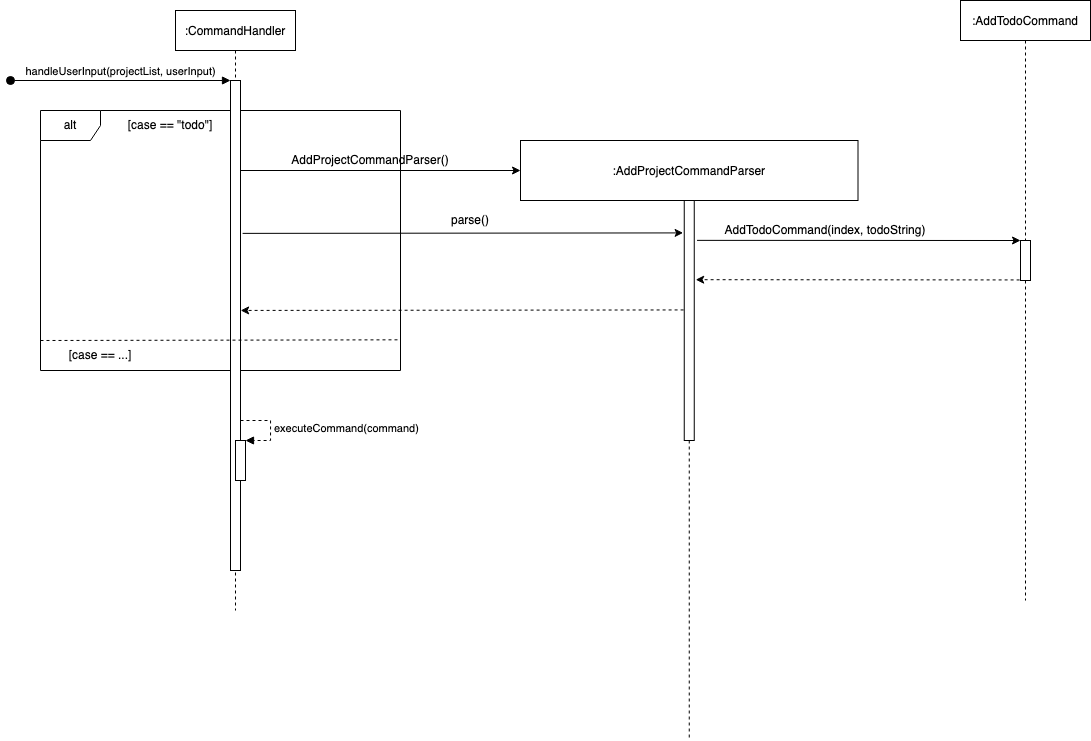
This is docs/UmlDiagrams/CommandParser.png from nus-cs2113-AY2122S2/tp, a draw.io export, as it was before one commit. Source tidied: cells renumbered, new cells last; positions are measured from the earlier drawing's top-left corner, leaving out a move shared by most shapes.
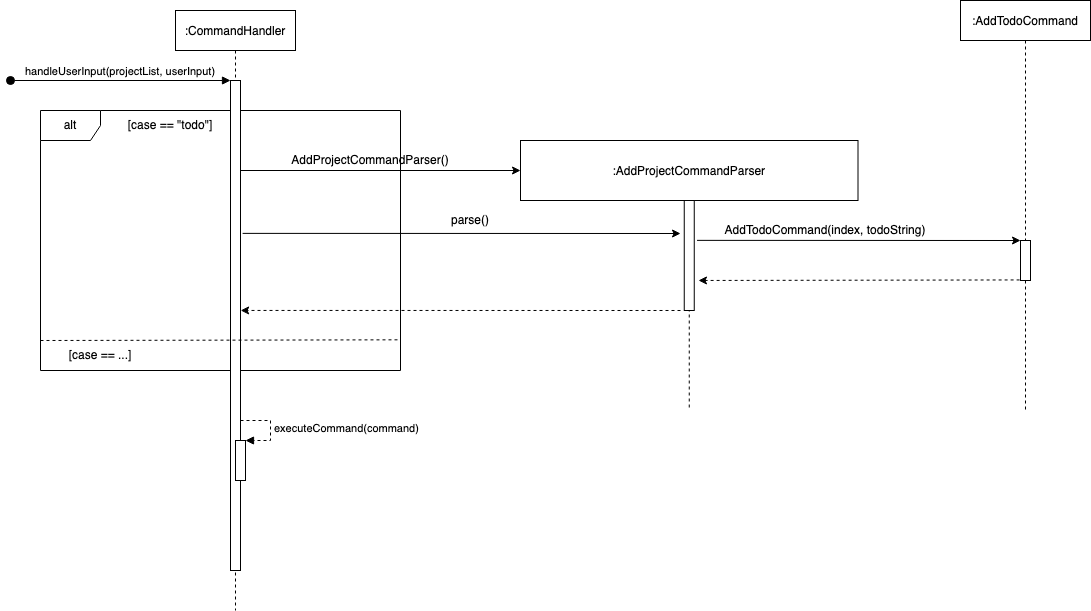
After the commit.

Change to the diagram source:
```diff
@@ -28,10 +28,10 @@
       </mxGeometry>
     </mxCell>
     <mxCell id="8" value=":AddProjectCommandParser" style="shape=umlLifeline;perimeter=lifelinePerimeter;rounded=0;shadow=0;strokeWidth=1;size=60;" parent="1" vertex="1">
-      <mxGeometry x="510" y="140" width="337.5" height="600" as="geometry" />
+      <mxGeometry x="510" y="140" width="337.5" height="270" as="geometry" />
     </mxCell>
     <mxCell id="9" style="points=[];perimeter=orthogonalPerimeter;rounded=0;shadow=0;strokeWidth=1;" parent="8" vertex="1">
-      <mxGeometry x="163.8" y="60" width="10" height="240" as="geometry" />
+      <mxGeometry x="163.8" y="60" width="10" height="110" as="geometry" />
     </mxCell>
     <mxCell id="10" style="endArrow=none;dashed=1;html=1;rounded=0;entryX=1.001;entryY=0.882;entryDx=0;entryDy=0;entryPerimeter=0;exitX=0;exitY=0;exitDx=0;exitDy=0;" parent="1" edge="1" source="18" target="2">
       <mxGeometry relative="1" as="geometry" />
@@ -40,7 +40,7 @@
       <mxGeometry x="100" y="110" width="120" height="30" as="geometry" />
     </mxCell>
     <mxCell id="12" value=":AddTodoCommand" style="shape=umlLifeline;perimeter=lifelinePerimeter;rounded=0;shadow=0;strokeWidth=1;" parent="1" vertex="1">
-      <mxGeometry x="950" width="130" height="600" as="geometry" />
+      <mxGeometry x="950" width="130" height="410" as="geometry" />
     </mxCell>
     <mxCell id="13" style="points=[];perimeter=orthogonalPerimeter;rounded=0;shadow=0;strokeWidth=1;" parent="12" vertex="1">
       <mxGeometry x="60" y="240" width="10" height="40" as="geometry" />
@@ -57,13 +57,15 @@
     <mxCell id="16" style="endArrow=classic;html=1;rounded=0;exitX=0.057;exitY=0.993;exitDx=0;exitDy=0;exitPerimeter=0;entryX=0;entryY=0;entryDx=0;entryDy=0;entryPerimeter=0;" parent="1" edge="1" source="20" target="13">
       <mxGeometry relative="1" as="geometry" />
     </mxCell>
-    <mxCell id="17" style="endArrow=classic;html=1;rounded=0;entryX=0.556;entryY=0.769;entryDx=0;entryDy=0;entryPerimeter=0;dashed=1;exitX=-0.065;exitY=0.456;exitDx=0;exitDy=0;exitPerimeter=0;" parent="1" edge="1" source="9" target="2">
-      <mxGeometry relative="1" as="geometry" />
+    <mxCell id="17" style="endArrow=classic;html=1;rounded=0;entryX=0.556;entryY=0.769;entryDx=0;entryDy=0;entryPerimeter=0;dashed=1;" parent="1" edge="1" target="2">
+      <mxGeometry relative="1" as="geometry">
+        <mxPoint x="670" y="310" as="sourcePoint" />
+      </mxGeometry>
     </mxCell>
     <mxCell id="18" value="[case == ...]" style="text;html=1;strokeColor=none;fillColor=none;align=center;verticalAlign=middle;whiteSpace=wrap;rounded=0;" parent="1" vertex="1">
       <mxGeometry x="30" y="340" width="120" height="30" as="geometry" />
     </mxCell>
-    <mxCell id="19" style="endArrow=classic;html=1;rounded=0;exitX=-0.088;exitY=0.986;exitDx=0;exitDy=0;exitPerimeter=0;dashed=1;entryX=1.146;entryY=0.33;entryDx=0;entryDy=0;entryPerimeter=0;" parent="1" edge="1" source="13" target="9">
+    <mxCell id="19" style="endArrow=classic;html=1;rounded=0;exitX=-0.088;exitY=0.986;exitDx=0;exitDy=0;exitPerimeter=0;dashed=1;entryX=1.425;entryY=0.727;entryDx=0;entryDy=0;entryPerimeter=0;" parent="1" edge="1" source="13" target="9">
       <mxGeometry relative="1" as="geometry" />
     </mxCell>
     <mxCell id="20" value="AddTodoCommand(index, todoString)" style="text;html=1;strokeColor=none;fillColor=none;align=center;verticalAlign=middle;whiteSpace=wrap;rounded=0;" parent="1" vertex="1">
@@ -72,8 +74,10 @@
     <mxCell id="21" value="parse()" style="text;html=1;strokeColor=none;fillColor=none;align=center;verticalAlign=middle;whiteSpace=wrap;rounded=0;" parent="1" vertex="1">
       <mxGeometry x="430" y="210" width="60" height="20" as="geometry" />
     </mxCell>
-    <mxCell id="22" style="endArrow=classic;html=1;rounded=0;exitX=1.212;exitY=0.312;exitDx=0;exitDy=0;exitPerimeter=0;entryX=-0.114;entryY=0.135;entryDx=0;entryDy=0;entryPerimeter=0;" parent="1" edge="1" source="4" target="9">
-      <mxGeometry relative="1" as="geometry" />
+    <mxCell id="22" style="endArrow=classic;html=1;rounded=0;exitX=1.212;exitY=0.312;exitDx=0;exitDy=0;exitPerimeter=0;" parent="1" edge="1" source="4">
+      <mxGeometry relative="1" as="geometry">
+        <mxPoint x="670" y="233" as="targetPoint" />
+      </mxGeometry>
     </mxCell>
   </root>
 </mxGraphModel>
```
